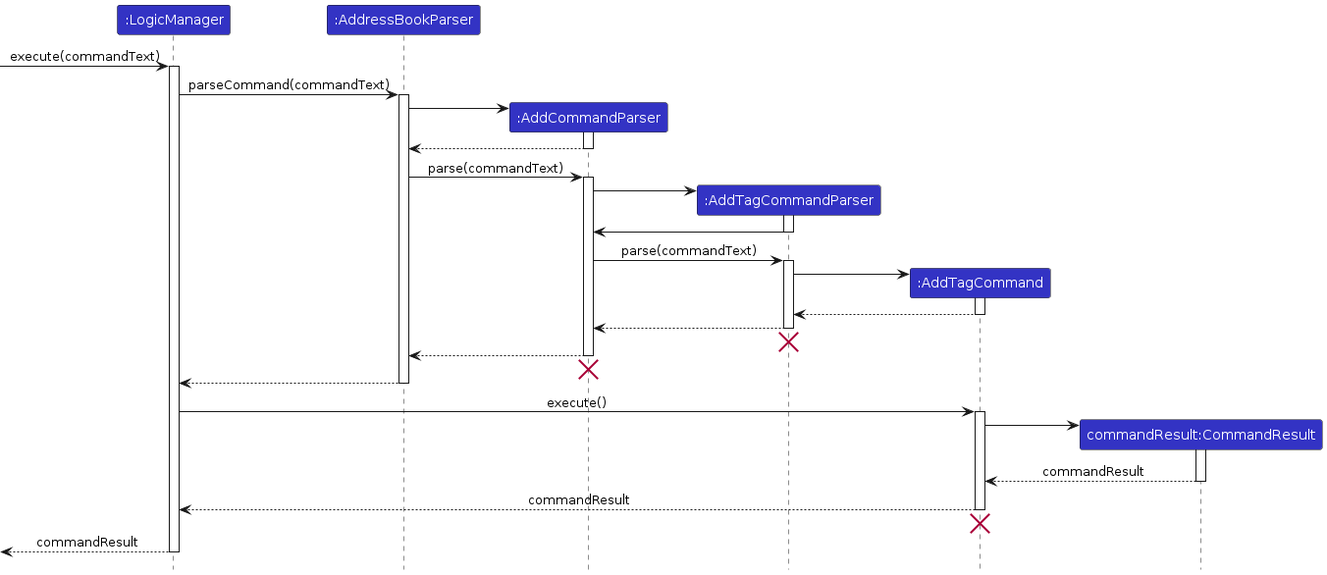
The PlantUML diagram diagrams/tag/TagSequenceDiagram.png in AY2324S1-CS2103T-W16-1/tp, before a commit. Its source is kept beside it as diagrams/tag/TagSequenceDiagram.puml.
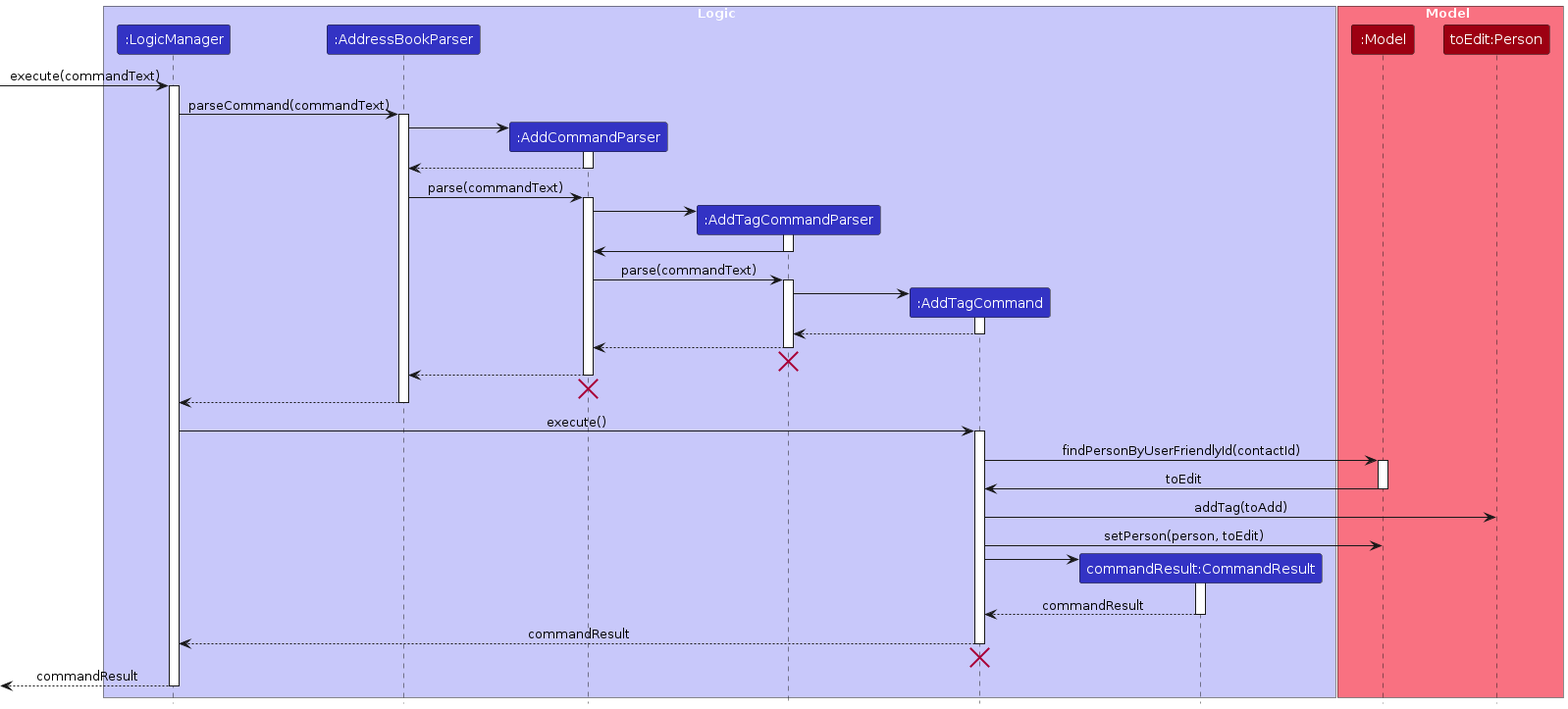
After the commit.

Diff of the diagram source:
```diff
@@ -2,12 +2,19 @@
 !include ../style.puml
 skinparam ArrowFontStyle plain
 
+box Logic LOGIC_COLOR_T1
 participant ":LogicManager" as LogicManager LOGIC_COLOR
 participant ":AddressBookParser" as AddressBookParser LOGIC_COLOR
 participant ":AddCommandParser" as AddCommandParser LOGIC_COLOR
 participant ":AddTagCommandParser" as AddTagCommandParser LOGIC_COLOR
 participant ":AddTagCommand" as AddTagCommand LOGIC_COLOR
 participant "commandResult:CommandResult" as CommandResult LOGIC_COLOR
+end box
+
+box Model MODEL_COLOR_T1
+participant ":Model" as Model MODEL_COLOR
+participant "toEdit:Person" as Person MODEL_COLOR
+end box
 
 [-> LogicManager : execute(commandText)
 activate LogicManager
@@ -58,6 +65,16 @@
 LogicManager -> AddTagCommand : execute()
 activate AddTagCommand
 
+AddTagCommand -> Model: findPersonByUserFriendlyId(contactId)
+activate Model
+
+Model -> AddTagCommand: toEdit
+deactivate Model
+
+AddTagCommand -> Person:addTag(toAdd)
+
+AddTagCommand -> Model:setPerson(person, toEdit)
+
 create CommandResult
 AddTagCommand -> CommandResult
 activate CommandResult
```
